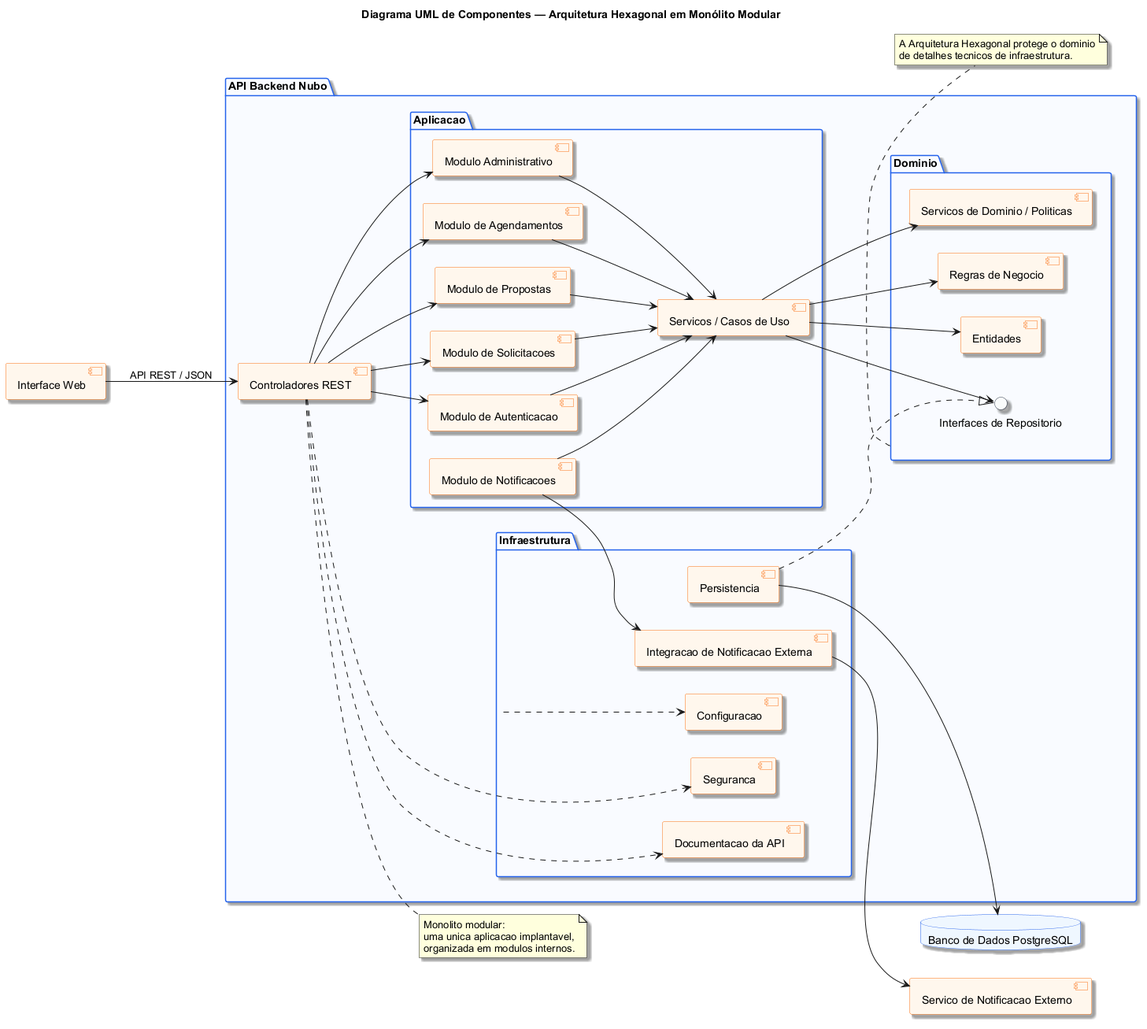
This is imagens/diagrama-de-arquitetura.png from PHnsilva/nubo-scheduling-system, a PlantUML export, as it was before one commit. Its diagram source:
```plantuml
@startuml
title Diagrama UML de Componentes — Arquitetura Hexagonal em Monólito Modular
left to right direction
skinparam backgroundColor #FFFFFF
skinparam componentStyle uml2
skinparam shadowing true
skinparam defaultFontName Arial
skinparam package {
  BorderColor #2563EB
  BackgroundColor #F8FBFF
}
skinparam component {
  BorderColor #F97316
  BackgroundColor #FFF7ED
}
skinparam interface {
  BorderColor #374151
  BackgroundColor #F9FAFB
}
skinparam database {
  BorderColor #2563EB
  BackgroundColor #EFF6FF
}

component "Interface Web" as web

package "API Backend Nubo" as backend {
  component "Controladores REST" as api

  package "Aplicacao" as aplicacao {
    component "Modulo de Autenticacao" as autenticacao
    component "Modulo de Solicitacoes" as solicitacoes
    component "Modulo de Propostas" as propostas
    component "Modulo de Agendamentos" as agendamentos
    component "Modulo de Notificacoes" as notificacoes
    component "Modulo Administrativo" as admin
    component "Servicos / Casos de Uso" as casosUso
  }

  package "Dominio" as dominio {
    component "Entidades" as entidades
    component "Regras de Negocio" as regras
    component "Servicos de Dominio / Politicas" as politicas
    interface "Interfaces de Repositorio" as repositorios
  }

  package "Infraestrutura" as infraestrutura {
    component "Persistencia" as persistencia
    component "Seguranca" as seguranca
    component "Configuracao" as configuracao
    component "Documentacao da API" as docsApi
    component "Integracao de Notificacao Externa" as integracaoNotificacao
  }
}

database "Banco de Dados PostgreSQL" as db
component "Servico de Notificacao Externo" as servicoNotificacao

web --> api : API REST / JSON
api --> autenticacao
api --> solicitacoes
api --> propostas
api --> agendamentos
api --> admin

autenticacao --> casosUso
solicitacoes --> casosUso
propostas --> casosUso
agendamentos --> casosUso
notificacoes --> casosUso
admin --> casosUso

casosUso --> entidades
casosUso --> regras
casosUso --> politicas
casosUso --> repositorios

persistencia ..|> repositorios
persistencia --> db
integracaoNotificacao --> servicoNotificacao

api ..> seguranca
api ..> docsApi
infraestrutura ..> configuracao
notificacoes --> integracaoNotificacao

note right of api
  Monolito modular:
  uma unica aplicacao implantavel,
  organizada em modulos internos.
end note

note bottom of dominio
  A Arquitetura Hexagonal protege o dominio
  de detalhes tecnicos de infraestrutura.
end note
@enduml
```
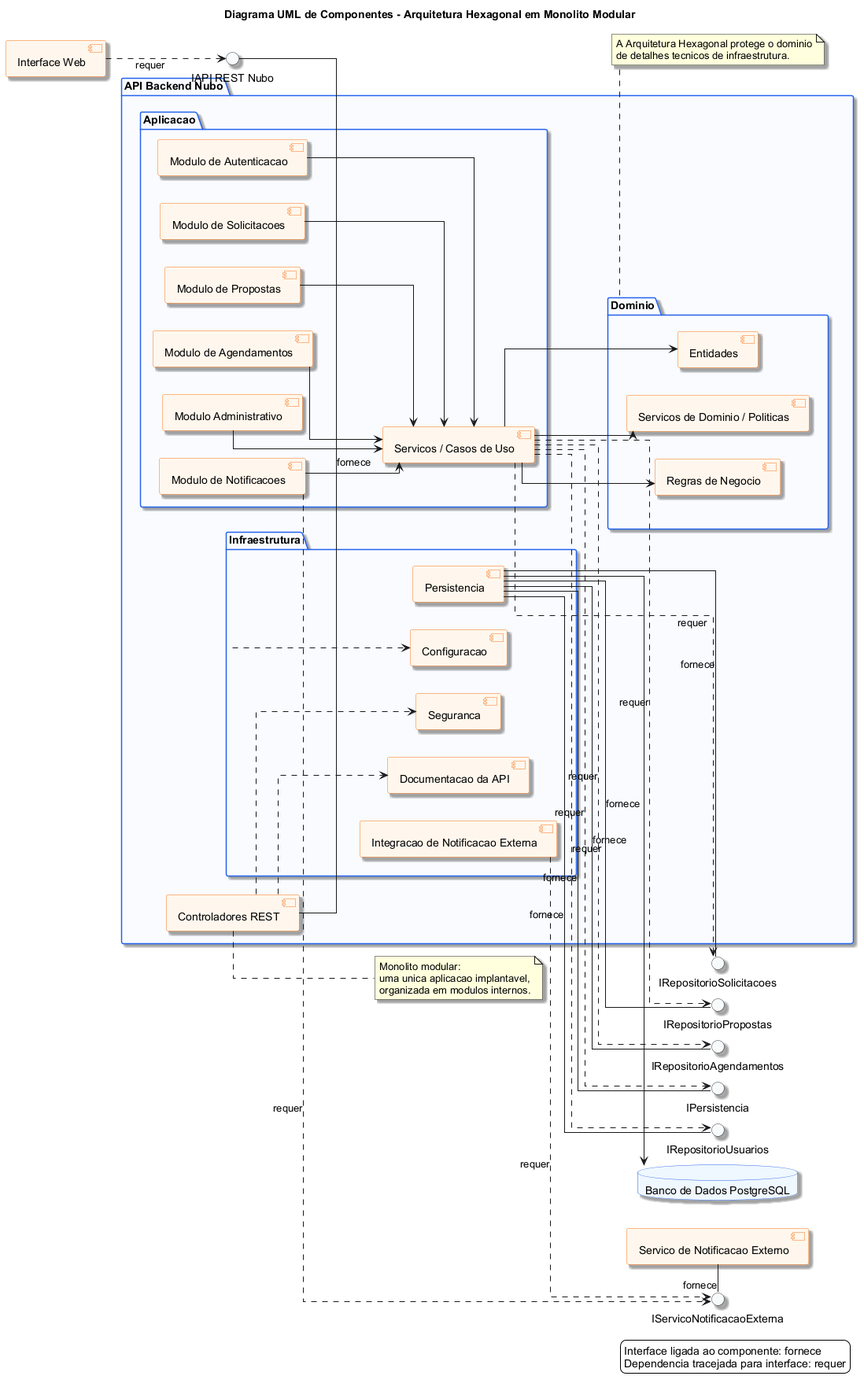
Later version of the same file.

Commit message:
docs: refine component interface notation

Diff of the diagram source:
```diff
@@ -1,8 +1,9 @@
 @startuml
-title Diagrama UML de Componentes — Arquitetura Hexagonal em Monólito Modular
+title Diagrama UML de Componentes - Arquitetura Hexagonal em Monolito Modular
 left to right direction
 skinparam backgroundColor #FFFFFF
 skinparam componentStyle uml2
+skinparam linetype ortho
 skinparam shadowing true
 skinparam defaultFontName Arial
 skinparam package {
@@ -24,6 +25,14 @@
 
 component "Interface Web" as web
 
+interface "IAPI REST Nubo" as iApi
+interface "IPersistencia" as iPersistencia
+interface "IRepositorioUsuarios" as iRepoUsuarios
+interface "IRepositorioSolicitacoes" as iRepoSolicitacoes
+interface "IRepositorioPropostas" as iRepoPropostas
+interface "IRepositorioAgendamentos" as iRepoAgendamentos
+interface "IServicoNotificacaoExterna" as iServicoNotificacao
+
 package "API Backend Nubo" as backend {
   component "Controladores REST" as api
 
@@ -41,7 +50,6 @@
     component "Entidades" as entidades
     component "Regras de Negocio" as regras
     component "Servicos de Dominio / Politicas" as politicas
-    interface "Interfaces de Repositorio" as repositorios
   }
 
   package "Infraestrutura" as infraestrutura {
@@ -56,12 +64,8 @@
 database "Banco de Dados PostgreSQL" as db
 component "Servico de Notificacao Externo" as servicoNotificacao
 
-web --> api : API REST / JSON
-api --> autenticacao
-api --> solicitacoes
-api --> propostas
-api --> agendamentos
-api --> admin
+api - iApi : fornece
+web ..> iApi : requer
 
 autenticacao --> casosUso
 solicitacoes --> casosUso
@@ -73,16 +77,27 @@
 casosUso --> entidades
 casosUso --> regras
 casosUso --> politicas
-casosUso --> repositorios
 
-persistencia ..|> repositorios
+persistencia - iPersistencia : fornece
+persistencia - iRepoUsuarios : fornece
+persistencia - iRepoSolicitacoes : fornece
+persistencia - iRepoPropostas : fornece
+persistencia - iRepoAgendamentos : fornece
+
+casosUso ..> iPersistencia : requer
+casosUso ..> iRepoUsuarios : requer
+casosUso ..> iRepoSolicitacoes : requer
+casosUso ..> iRepoPropostas : requer
+casosUso ..> iRepoAgendamentos : requer
+
+servicoNotificacao - iServicoNotificacao : fornece
+integracaoNotificacao ..> iServicoNotificacao : requer
+notificacoes ..> iServicoNotificacao : requer
+
 persistencia --> db
-integracaoNotificacao --> servicoNotificacao
-
 api ..> seguranca
 api ..> docsApi
 infraestrutura ..> configuracao
-notificacoes --> integracaoNotificacao
 
 note right of api
   Monolito modular:
@@ -94,4 +109,9 @@
   A Arquitetura Hexagonal protege o dominio
   de detalhes tecnicos de infraestrutura.
 end note
+
+legend right
+  Interface ligada ao componente: fornece
+  Dependencia tracejada para interface: requer
+endlegend
 @enduml
```
